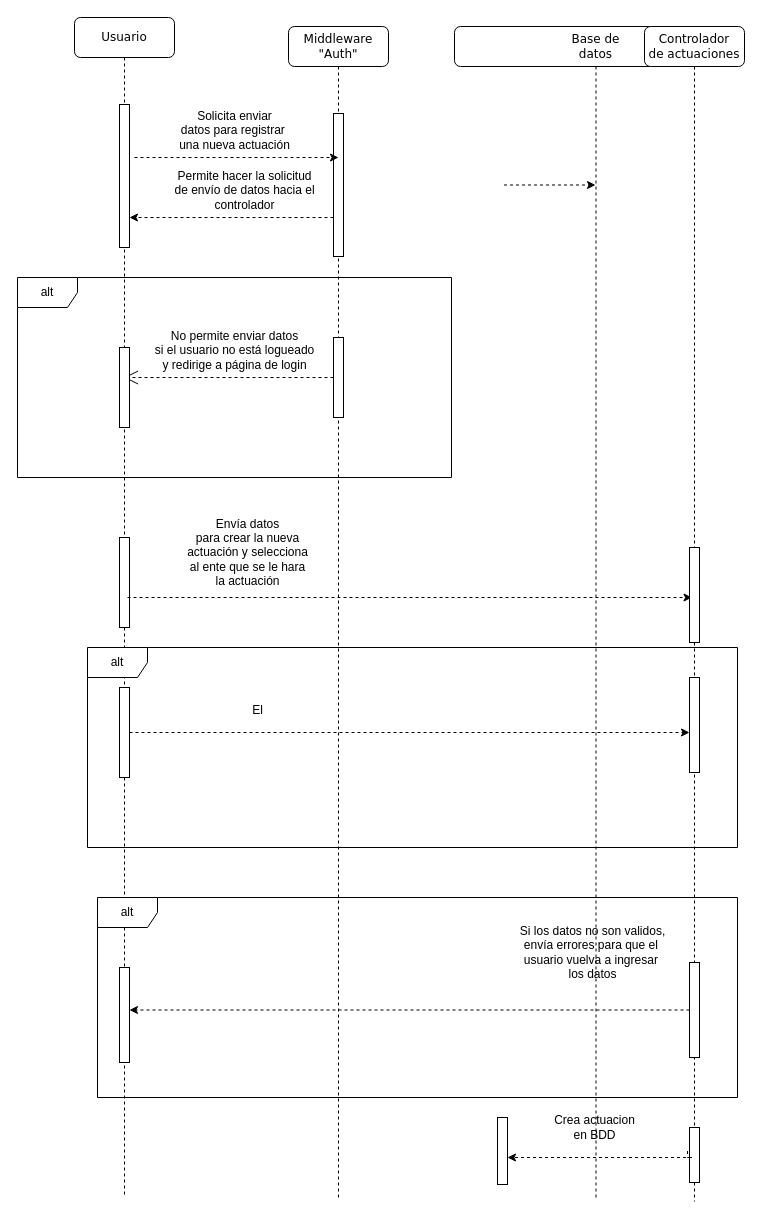
Above: page "Página-2" (2 of 2) of Diagramas secuencia/secuencia_actuaciones.drawio in MirroringCode/diagramas-del-csm (draw.io), before the change. Source tidied: cells renumbered, new cells numbered last; positions are measured from the earlier drawing's top-left corner, leaving out a move shared by most shapes. Both pictures are drawn from the tidied source at 100%, with x=0, y=0 at pixel (17, 17).
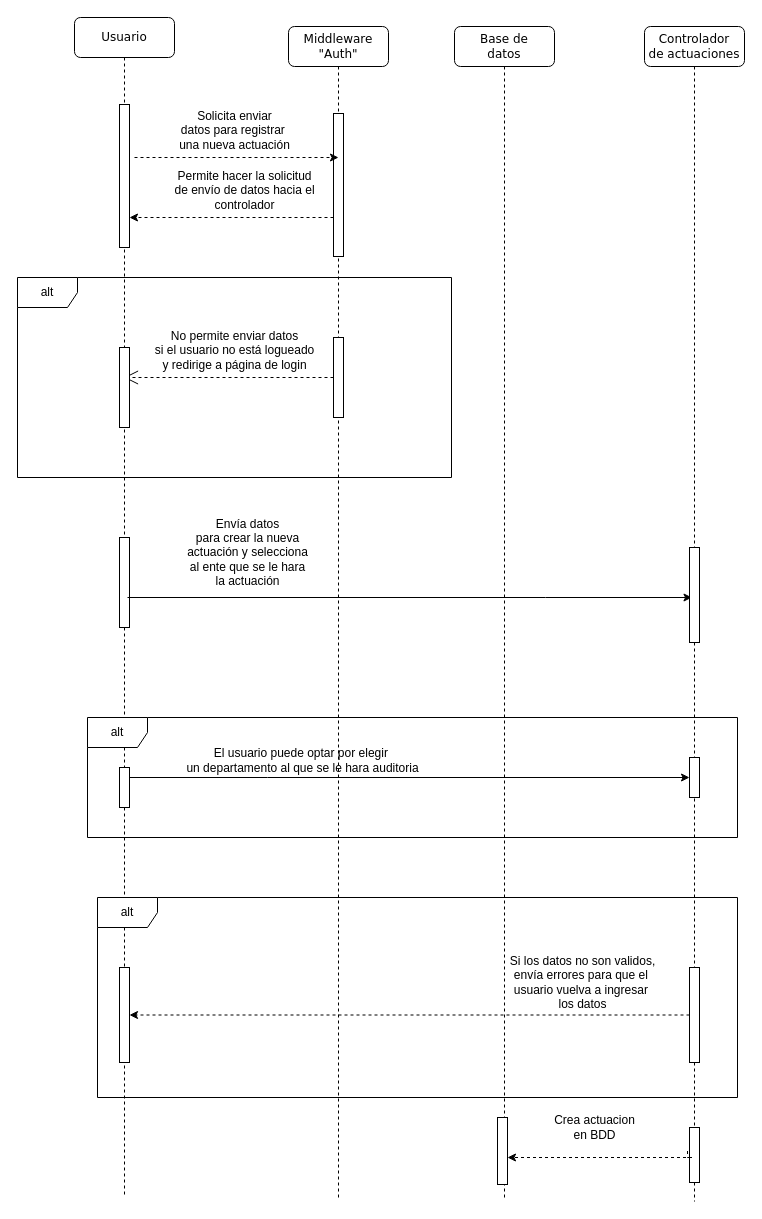
The same page after the edit.

Commit message:
[Crear] diagrama crear actuaciones secuencia_actuaciones.drawio

Unchanged cells that the change refers to:
```xml
<mxCell id="2" value="Usuario" style="shape=umlLifeline;perimeter=lifelinePerimeter;whiteSpace=wrap;html=1;outlineConnect=0;rounded=1;shadow=0;comic=0;labelBackgroundColor=none;strokeWidth=1;fontFamily=Verdana;fontSize=12;align=center;" parent="1" vertex="1">
  <mxGeometry x="57" width="100" height="1180" as="geometry" />
</mxCell>
<mxCell id="16" value="Controlador&lt;div&gt;de actuaciones&lt;/div&gt;" style="shape=umlLifeline;perimeter=lifelinePerimeter;whiteSpace=wrap;html=1;outlineConnect=0;rounded=1;shadow=0;comic=0;labelBackgroundColor=none;strokeWidth=1;fontFamily=Verdana;fontSize=12;align=center;" parent="1" vertex="1">
  <mxGeometry x="627" y="9" width="100" height="1175" as="geometry" />
</mxCell>
```

Change to the diagram source:
```diff
@@
-    <mxCell id="6" style="html=1;points=[[0,0,0,0,5],[0,1,0,0,-5],[1,0,0,0,5],[1,1,0,0,-5]];perimeter=orthogonalPerimeter;outlineConnect=0;targetShapes=umlLifeline;portConstraint=eastwest;newEdgeStyle={&quot;curved&quot;:0,&quot;rounded&quot;:0};" parent="2" vertex="1">
-      <mxGeometry x="45" y="670" width="10" height="90" as="geometry" />
-    </mxCell>
+    <mxCell id="15" style="html=1;points=[[0,0,0,0,5],[0,1,0,0,-5],[1,0,0,0,5],[1,1,0,0,-5]];perimeter=orthogonalPerimeter;outlineConnect=0;targetShapes=umlLifeline;portConstraint=eastwest;newEdgeStyle={&quot;curved&quot;:0,&quot;rounded&quot;:0};" parent="2" vertex="1">
+      <mxGeometry x="45" y="950" width="10" height="95" as="geometry" />
+    </mxCell>
@@
     <mxCell id="10" value="Base de&lt;div&gt;datos&lt;/div&gt;" style="shape=umlLifeline;perimeter=lifelinePerimeter;whiteSpace=wrap;html=1;outlineConnect=0;rounded=1;shadow=0;comic=0;labelBackgroundColor=none;strokeWidth=1;fontFamily=Verdana;fontSize=12;align=center;" parent="1" vertex="1">
-      <mxGeometry x="437" y="9" width="283" height="1171" as="geometry" />
+      <mxGeometry x="437" y="9" width="100" height="1171" as="geometry" />
     </mxCell>
@@
-    <mxCell id="13" style="edgeStyle=orthogonalEdgeStyle;rounded=0;orthogonalLoop=1;jettySize=auto;html=1;curved=0;dashed=1;" parent="10" edge="1">
+    <mxCell id="13" style="edgeStyle=orthogonalEdgeStyle;rounded=0;orthogonalLoop=1;jettySize=auto;html=1;curved=0;" parent="10" edge="1">
       <mxGeometry relative="1" as="geometry">
         <mxPoint x="-327" y="571" as="sourcePoint" />
         <mxPoint x="237.5" y="571" as="targetPoint" />
         <Array as="points">
           <mxPoint x="91" y="571" />
           <mxPoint x="91" y="571" />
         </Array>
       </mxGeometry>
     </mxCell>
-    <mxCell id="14" value="alt" style="shape=umlFrame;whiteSpace=wrap;html=1;" parent="10" vertex="1">
-      <mxGeometry x="-357" y="871" width="640" height="200" as="geometry" />
-    </mxCell>
-    <mxCell id="15" style="html=1;points=[[0,0,0,0,5],[0,1,0,0,-5],[1,0,0,0,5],[1,1,0,0,-5]];perimeter=orthogonalPerimeter;outlineConnect=0;targetShapes=umlLifeline;portConstraint=eastwest;newEdgeStyle={&quot;curved&quot;:0,&quot;rounded&quot;:0};" parent="10" vertex="1">
-      <mxGeometry x="-335" y="941" width="10" height="95" as="geometry" />
-    </mxCell>
@@
+    <mxCell id="20" style="html=1;points=[[0,0,0,0,5],[0,1,0,0,-5],[1,0,0,0,5],[1,1,0,0,-5]];perimeter=orthogonalPerimeter;outlineConnect=0;targetShapes=umlLifeline;portConstraint=eastwest;newEdgeStyle={&quot;curved&quot;:0,&quot;rounded&quot;:0};" parent="16" vertex="1">
+      <mxGeometry x="45" y="941" width="10" height="95" as="geometry" />
+    </mxCell>
@@
-    <mxCell id="20" style="html=1;points=[[0,0,0,0,5],[0,1,0,0,-5],[1,0,0,0,5],[1,1,0,0,-5]];perimeter=orthogonalPerimeter;outlineConnect=0;targetShapes=umlLifeline;portConstraint=eastwest;newEdgeStyle={&quot;curved&quot;:0,&quot;rounded&quot;:0};" parent="16" vertex="1">
-      <mxGeometry x="45" y="936" width="10" height="95" as="geometry" />
-    </mxCell>
-    <mxCell id="21" style="edgeStyle=orthogonalEdgeStyle;rounded=0;jettySize=auto;html=1;curved=0;dashed=1;" parent="16" edge="1" source="20">
-      <mxGeometry relative="1" as="geometry">
-        <mxPoint x="-515" y="983.5" as="targetPoint" />
-      </mxGeometry>
-    </mxCell>
-    <mxCell id="22" value="Si los datos no son validos,&lt;div&gt;envía errores para que el&amp;nbsp;&lt;/div&gt;&lt;div&gt;usuario vuelva a ingresar&amp;nbsp;&lt;/div&gt;&lt;div&gt;los datos&lt;/div&gt;" style="text;html=1;align=center;verticalAlign=middle;strokeColor=none;fillColor=none;" parent="16" vertex="1">
-      <mxGeometry x="-137" y="891" width="170" height="70" as="geometry" />
-    </mxCell>
-    <mxCell id="23" style="html=1;points=[[0,0,0,0,5],[0,1,0,0,-5],[1,0,0,0,5],[1,1,0,0,-5]];perimeter=orthogonalPerimeter;outlineConnect=0;targetShapes=umlLifeline;portConstraint=eastwest;newEdgeStyle={&quot;curved&quot;:0,&quot;rounded&quot;:0};" parent="16" vertex="1">
-      <mxGeometry x="45" y="651" width="10" height="95" as="geometry" />
-    </mxCell>
+    <mxCell id="39" style="html=1;points=[[0,0,0,0,5],[0,1,0,0,-5],[1,0,0,0,5],[1,1,0,0,-5]];perimeter=orthogonalPerimeter;outlineConnect=0;targetShapes=umlLifeline;portConstraint=eastwest;newEdgeStyle={&quot;curved&quot;:0,&quot;rounded&quot;:0};" parent="16" vertex="1">
+      <mxGeometry x="45" y="731" width="10" height="40" as="geometry" />
+    </mxCell>
@@
+    <mxCell id="14" value="alt" style="shape=umlFrame;whiteSpace=wrap;html=1;" parent="1" vertex="1">
+      <mxGeometry x="80" y="880" width="640" height="200" as="geometry" />
+    </mxCell>
+    <mxCell id="21" style="edgeStyle=orthogonalEdgeStyle;rounded=0;jettySize=auto;html=1;curved=0;dashed=1;" parent="1" edge="1" source="20" target="15">
+      <mxGeometry relative="1" as="geometry" />
+    </mxCell>
+    <mxCell id="22" value="Si los datos no son validos,&lt;div&gt;envía errores para que el&amp;nbsp;&lt;/div&gt;&lt;div&gt;usuario vuelva a ingresar&amp;nbsp;&lt;/div&gt;&lt;div&gt;los datos&lt;/div&gt;" style="text;html=1;align=center;verticalAlign=middle;strokeColor=none;fillColor=none;" parent="1" vertex="1">
+      <mxGeometry x="480" y="930" width="170" height="70" as="geometry" />
+    </mxCell>
@@
     <mxCell id="36" value="alt" style="shape=umlFrame;whiteSpace=wrap;html=1;" parent="1" vertex="1">
-      <mxGeometry x="70" y="630" width="650" height="200" as="geometry" />
+      <mxGeometry x="70" y="700" width="650" height="120" as="geometry" />
     </mxCell>
-    <mxCell id="37" style="edgeStyle=orthogonalEdgeStyle;rounded=0;jettySize=auto;html=1;curved=0;dashed=1;" parent="1" edge="1" source="6" target="23">
-      <mxGeometry relative="1" as="geometry">
-        <Array as="points">
-          <mxPoint x="530" y="715" />
-          <mxPoint x="530" y="715" />
-        </Array>
-      </mxGeometry>
-    </mxCell>
-    <mxCell id="38" value="El" style="text;html=1;align=center;verticalAlign=middle;strokeColor=none;fillColor=none;" parent="1" vertex="1">
-      <mxGeometry x="225" y="678" width="30" height="30" as="geometry" />
-    </mxCell>
+    <mxCell id="40" style="edgeStyle=orthogonalEdgeStyle;rounded=0;jettySize=auto;html=1;curved=0;" parent="1" edge="1" source="41" target="39">
+      <mxGeometry relative="1" as="geometry">
+        <Array as="points">
+          <mxPoint x="250" y="760" />
+          <mxPoint x="250" y="760" />
+        </Array>
+      </mxGeometry>
+    </mxCell>
+    <mxCell id="41" style="html=1;points=[[0,0,0,0,5],[0,1,0,0,-5],[1,0,0,0,5],[1,1,0,0,-5]];perimeter=orthogonalPerimeter;outlineConnect=0;targetShapes=umlLifeline;portConstraint=eastwest;newEdgeStyle={&quot;curved&quot;:0,&quot;rounded&quot;:0};" parent="1" vertex="1">
+      <mxGeometry x="102" y="750" width="10" height="40" as="geometry" />
+    </mxCell>
+    <mxCell id="42" value="El usuario puede optar por elegir&amp;nbsp;&lt;div&gt;un departamento al que se le hara auditoria&lt;/div&gt;" style="text;html=1;align=center;verticalAlign=middle;strokeColor=none;fillColor=none;" parent="1" vertex="1">
+      <mxGeometry x="155" y="723" width="260" height="40" as="geometry" />
+    </mxCell>
```
